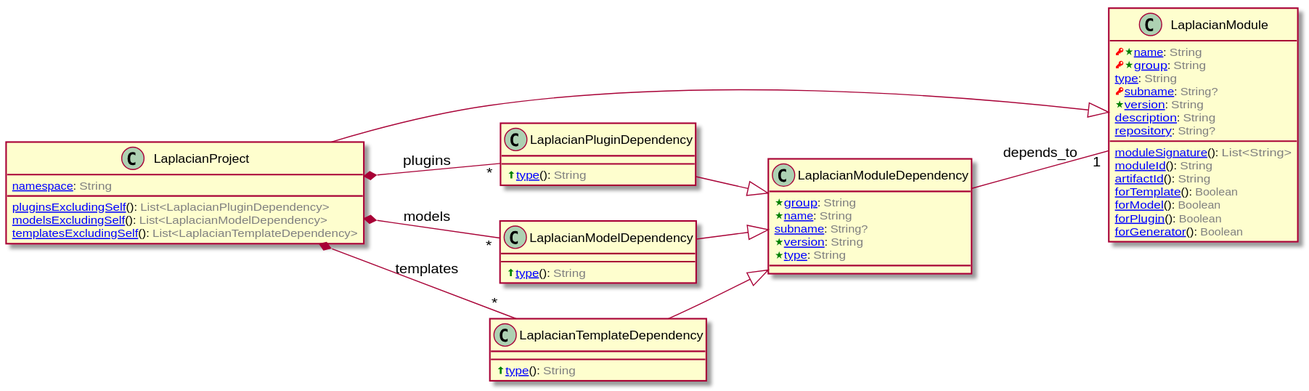
Earlier version of the PlantUML export doc/image/model-diagram.svg (laplacian-core/project.domain-model).
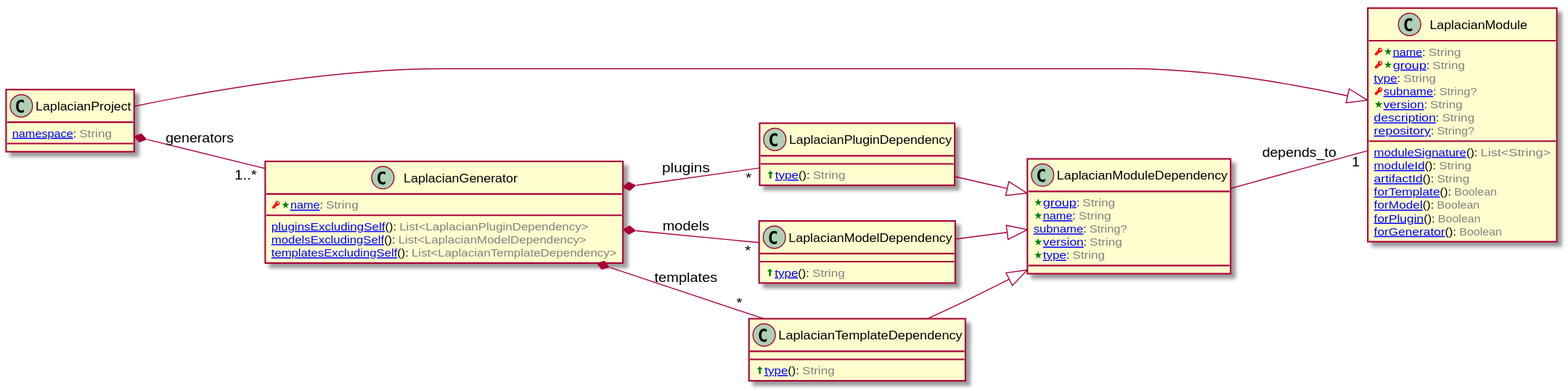
After the commit.

Diff of the diagram source:
```diff
@@ -22,11 +22,39 @@
 
 
 
+class LaplacianGenerator [[https://github.com/nabla-squared/laplacian.model.project/blob/master/doc/entities/LaplacianGenerator.md]] {
+  <color:RED><&key></color><color:Green><&star></color>[[https://github.com/nabla-squared/laplacian.model.project/blob/master/doc/entities/LaplacianGenerator.md#name-string name]]: <color:GRAY>String</color>
+  [[https://github.com/nabla-squared/laplacian.model.project/blob/master/doc/entities/LaplacianGenerator.md#plugins_excluding_self-listLaplacianPluginDependency pluginsExcludingSelf]](): <color:GRAY>List<LaplacianPluginDependency></color>
+  [[https://github.com/nabla-squared/laplacian.model.project/blob/master/doc/entities/LaplacianGenerator.md#models_excluding_self-listLaplacianModelDependency modelsExcludingSelf]](): <color:GRAY>List<LaplacianModelDependency></color>
+  [[https://github.com/nabla-squared/laplacian.model.project/blob/master/doc/entities/LaplacianGenerator.md#templates_excluding_self-listLaplacianTemplateDependency templatesExcludingSelf]](): <color:GRAY>List<LaplacianTemplateDependency></color>
+}
+
+
+
+
+
+
+LaplacianGenerator *-- "*" LaplacianPluginDependency : plugins
+
+
+
+
+
+
+LaplacianGenerator *-- "*" LaplacianModelDependency : models
+
+
+
+
+
+
+LaplacianGenerator *-- "*" LaplacianTemplateDependency : templates
+
+
+
+
 class LaplacianProject [[https://github.com/nabla-squared/laplacian.model.project/blob/master/doc/entities/LaplacianProject.md]] {
   [[https://github.com/nabla-squared/laplacian.model.project/blob/master/doc/entities/LaplacianProject.md#namespace-string namespace]]: <color:GRAY>String</color>
-  [[https://github.com/nabla-squared/laplacian.model.project/blob/master/doc/entities/LaplacianProject.md#plugins_excluding_self-listLaplacianPluginDependency pluginsExcludingSelf]](): <color:GRAY>List<LaplacianPluginDependency></color>
-  [[https://github.com/nabla-squared/laplacian.model.project/blob/master/doc/entities/LaplacianProject.md#models_excluding_self-listLaplacianModelDependency modelsExcludingSelf]](): <color:GRAY>List<LaplacianModelDependency></color>
-  [[https://github.com/nabla-squared/laplacian.model.project/blob/master/doc/entities/LaplacianProject.md#templates_excluding_self-listLaplacianTemplateDependency templatesExcludingSelf]](): <color:GRAY>List<LaplacianTemplateDependency></color>
 }
 
 LaplacianProject --|> LaplacianModule
@@ -37,21 +65,7 @@
 
 
 
-LaplacianProject *-- "*" LaplacianPluginDependency : plugins
-
-
-
-
-
-
-LaplacianProject *-- "*" LaplacianModelDependency : models
-
-
-
-
-
-
-LaplacianProject *-- "*" LaplacianTemplateDependency : templates
+LaplacianProject *-- "1..*" LaplacianGenerator : generators
 
 
 
```
